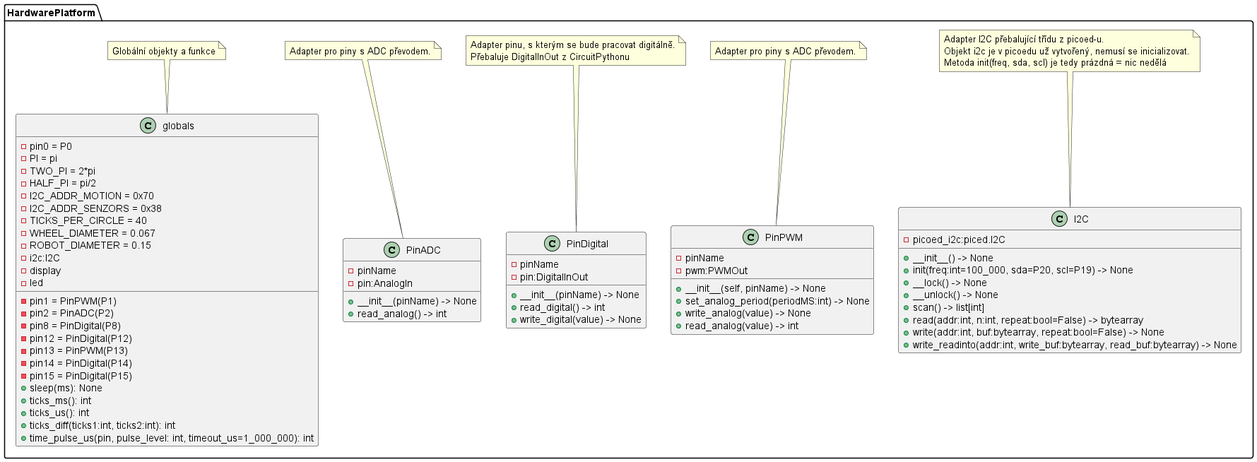
Above: doc/HardwarePlatform.png in JanChaloupek/robot-programming2 (PlantUML), before the change. The source it was exported from:
```plantuml
@startuml HardwarePlatform

namespace HardwarePlatform {
    class I2C {
        - picoed_i2c:piced.I2C
        + __init__() -> None
        + init(freq:int=100_000, sda=P20, scl=P19) -> None
        + __lock() -> None
        + __unlock() -> None
        + scan() -> list[int]
        + read(addr:int, n:int, repeat:bool=False) -> bytearray
        + write(addr:int, buf:bytearray, repeat:bool=False) -> None
        + write_readinto(addr:int, write_buf:bytearray, read_buf:bytearray) -> None
    }
    note top of I2C
        Adapter I2C přebalující třídu z picoed-u.
        Objekt i2c je v picoedu už vytvořený, nemusí se inicializovat.
        Metoda init(freq, sda, scl) je tedy prázdná = nic nedělá
    end note

    class PinPWM {
        - pinName
        - pwm:PWMOut
        + __init__(self, pinName) -> None
        + set_analog_period(periodMS:int) -> None
        + write_analog(value) -> None
        + read_analog(value) -> int
    }
    note top of PinPWM
        Adapter pro piny s ADC převodem.
    end note

    class PinDigital {
        - pinName
        - pin:DigitalInOut
        + __init__(pinName) -> None
        + read_digital() -> int
        + write_digital(value) -> None
    }
    note top of PinDigital
        Adapter pinu, s kterým se bude pracovat digitálně.
        Přebaluje DigitalInOut z CircuitPythonu
    end note

    class PinADC {
        - pinName
        - pin:AnalogIn
        + __init__(pinName) -> None
        + read_analog() -> int
    }
    note top of PinADC
        Adapter pro piny s ADC převodem.
    end note

    class globals {
        - pin0 = P0
        - pin1 = PinPWM(P1)
        - pin2 = PinADC(P2)
        - pin8 = PinDigital(P8)
        - pin12 = PinDigital(P12)
        - pin13 = PinPWM(P13)
        - pin14 = PinDigital(P14)
        - pin15 = PinDigital(P15)
        - PI = pi
        - TWO_PI = 2*pi
        - HALF_PI = pi/2
        - I2C_ADDR_MOTION = 0x70
        - I2C_ADDR_SENZORS = 0x38
        - TICKS_PER_CIRCLE = 40
        - WHEEL_DIAMETER = 0.067
        - ROBOT_DIAMETER = 0.15
        - i2c:I2C
        - display
        - led
        + sleep(ms): None
        + ticks_ms(): int
        + ticks_us(): int
        + ticks_diff(ticks1:int, ticks2:int): int
        + time_pulse_us(pin, pulse_level: int, timeout_us=1_000_000): int

    }
    note top of globals
        Globální objekty a funkce
    end note

}


@enduml
```
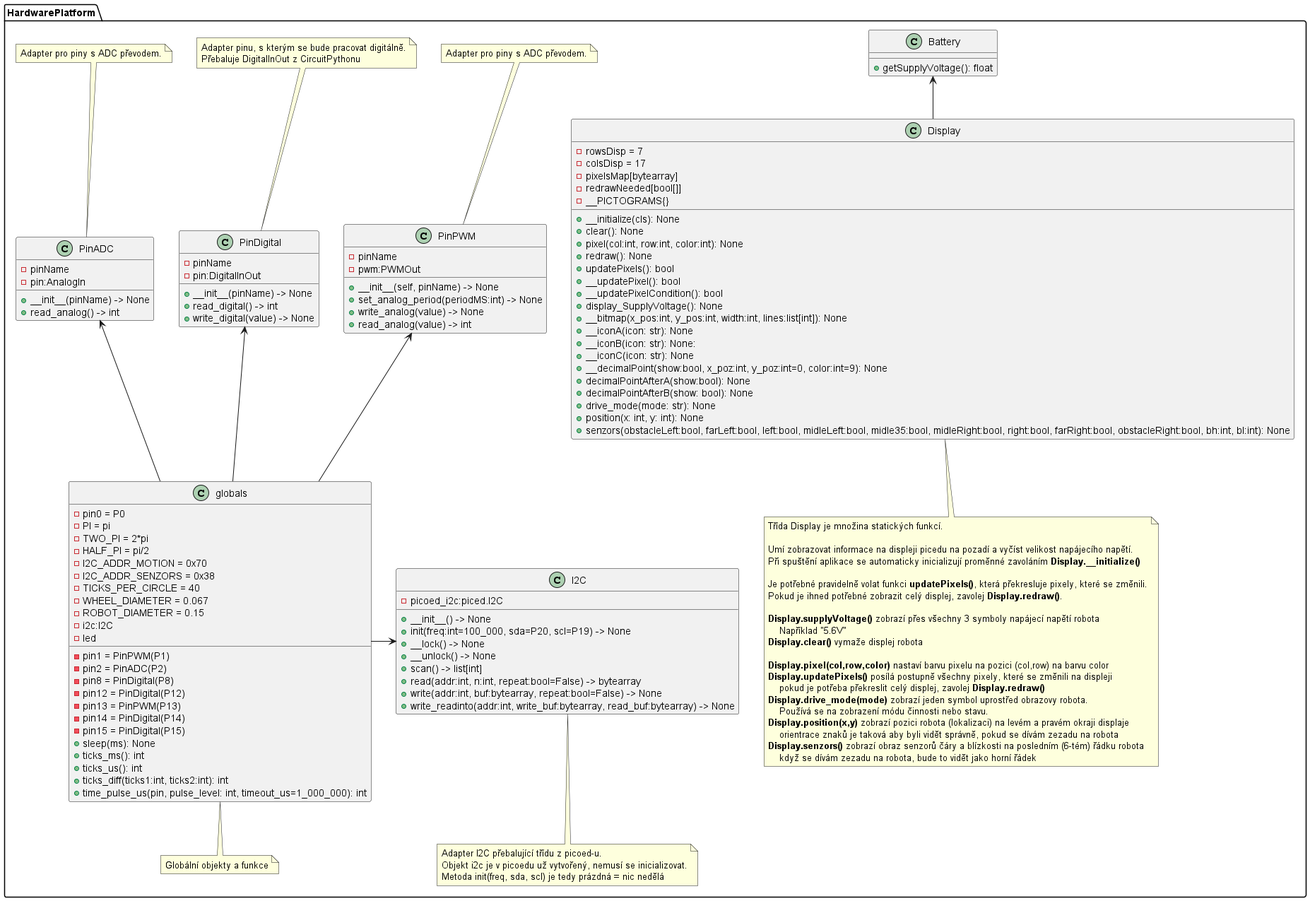
After the commit.

Diff of the diagram source:
```diff
@@ -12,7 +12,7 @@
         + write(addr:int, buf:bytearray, repeat:bool=False) -> None
         + write_readinto(addr:int, write_buf:bytearray, read_buf:bytearray) -> None
     }
-    note top of I2C
+    note bottom of I2C
         Adapter I2C přebalující třídu z picoed-u.
         Objekt i2c je v picoedu už vytvořený, nemusí se inicializovat.
         Metoda init(freq, sda, scl) je tedy prázdná = nic nedělá
@@ -70,20 +70,79 @@
         - WHEEL_DIAMETER = 0.067
         - ROBOT_DIAMETER = 0.15
         - i2c:I2C
-        - display
         - led
         + sleep(ms): None
         + ticks_ms(): int
         + ticks_us(): int
         + ticks_diff(ticks1:int, ticks2:int): int
         + time_pulse_us(pin, pulse_level: int, timeout_us=1_000_000): int
+    }
 
-    }
-    note top of globals
+    globals -up-> PinADC
+    globals -up-> PinDigital
+    globals -up-> PinPWM
+    globals -right-> I2C
+
+    note bottom of globals
         Globální objekty a funkce
     end note
 
+    class Battery {
+        + getSupplyVoltage(): float
+    }
+
+    class Display {
+
+        - rowsDisp = 7
+        - colsDisp = 17
+        - pixelsMap[bytearray]
+        - redrawNeeded[bool[]]
+        - __PICTOGRAMS{}
+
+        + __initialize(cls): None
+        + clear(): None
+        + pixel(col:int, row:int, color:int): None
+        + redraw(): None
+        + updatePixels(): bool
+        + __updatePixel(): bool
+        + __updatePixelCondition(): bool
+        + display_SupplyVoltage(): None
+        + __bitmap(x_pos:int, y_pos:int, width:int, lines:list[int]): None
+        + __iconA(icon: str): None
+        + __iconB(icon: str): None:
+        + __iconC(icon: str): None
+        + __decimalPoint(show:bool, x_poz:int, y_poz:int=0, color:int=9): None
+        + decimalPointAfterA(show:bool): None
+        + decimalPointAfterB(show: bool): None
+        + drive_mode(mode: str): None
+        + position(x: int, y: int): None
+        + senzors(obstacleLeft:bool, farLeft:bool, left:bool, midleLeft:bool, midle35:bool, midleRight:bool, right:bool, farRight:bool, obstacleRight:bool, bh:int, bl:int): None
+    }
+    Display -up-> Battery
+
+    note bottom of Display
+        Třída Display je množina statických funkcí.
+
+        Umí zobrazovat informace na displeji picedu na pozadí a vyčíst velikost napájecího napětí.
+        Při spuštění aplikace se automaticky inicializují proměnné zavoláním <b>Display.__initialize()</b>
+
+        Je potřebné pravidelně volat funkci <b>updatePixels()</b>, která překresluje pixely, které se změnili.
+        Pokud je ihned potřebné zobrazit celý displej, zavolej <b>Display.redraw()</b>.
+
+        <b>Display.supplyVoltage()</b> zobrazí přes všechny 3 symboly napájecí napětí robota
+            Například "5.6V"
+        <b>Display.clear()</b> vymaže displej robota
+
+        <b>Display.pixel(col,row,color)</b> nastaví barvu pixelu na pozici (col,row) na barvu color
+        <b>Display.updatePixels()</b> posílá postupně všechny pixely, které se změnili na displeji
+            pokud je potřeba překreslit celý displej, zavolej <b>Display.redraw()</b>
+        <b>Display.drive_mode(mode)</b> zobrazí jeden symbol uprostřed obrazovy robota.
+            Používá se na zobrazení módu činnosti nebo stavu.
+        <b>Display.position(x,y)</b> zobrazí pozici robota (lokalizaci) na levém a pravém okraji displaje
+            orientrace znaků je taková aby byli vidět správně, pokud se dívám zezadu na robota
+        <b>Display.senzors()</b> zobrazí obraz senzorů čáry a blízkosti na posledním (6-tém) řádku robota
+            když se dívám zezadu na robota, bude to vidět jako horní řádek
+    end note
 }
 
-
 @enduml
```
